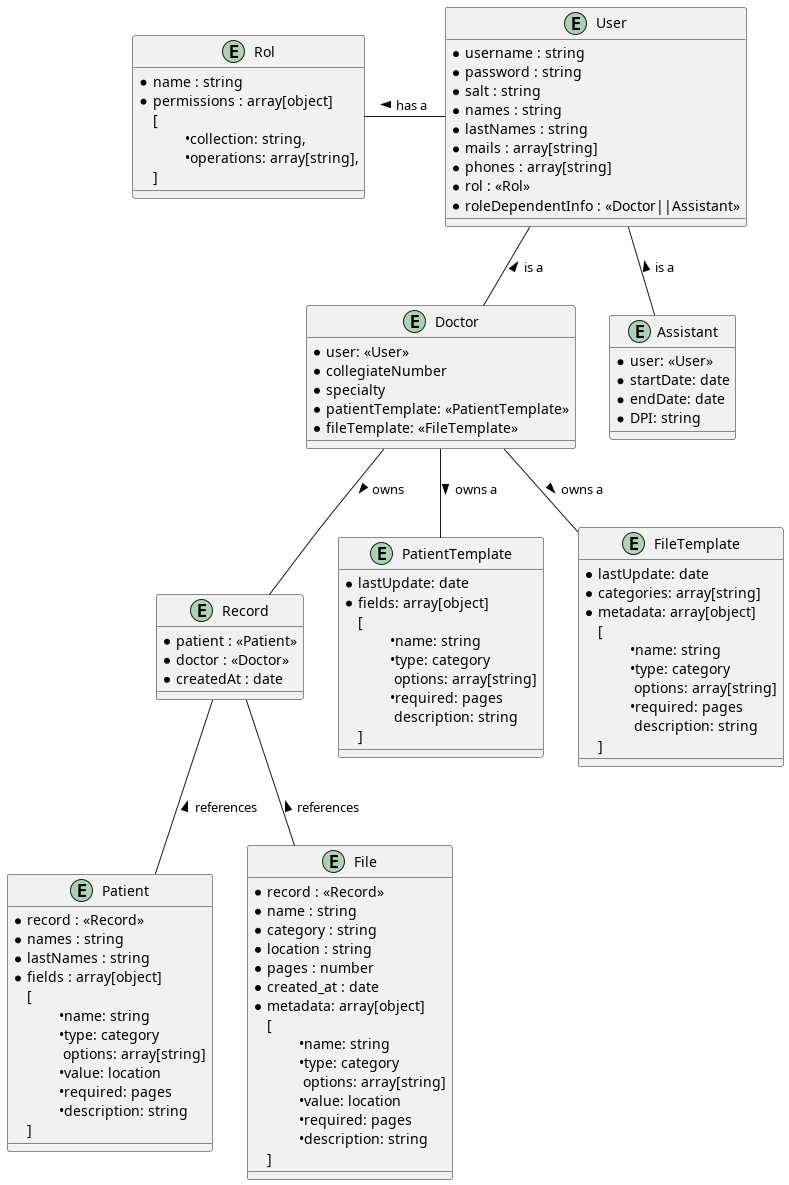
Above: Database/DB_Diagram.png in TherapistTrack/therapistTrackApp (PlantUML), before the change. The source it was exported from:
```plantuml
@startuml entity

entity Rol {
    * name : string
    * permissions : array[object]
    [
        \t•collection: string,
        \t•operations: array[string],
    ]
}

entity User {
    * username : string
    * password : string
    * salt : string
    * names : string
    * lastNames : string
    * mails : array[string]
    * phones : array[string]
    * rol : <<Rol>>
    * roleDependentInfo : <<Doctor||Assistant>>
}

entity Doctor {
    * user: <<User>>
    * collegiateNumber
    * specialty
    * patientTemplate: <<PatientTemplate>>
    * fileTemplate: <<FileTemplate>>
}

entity Assistant {
    * user: <<User>>
    * startDate: date
    * endDate: date
    * DPI: string
}

entity Record {
    * patient : <<Patient>>
    * doctor : <<Doctor>>
    * createdAt : date
}

entity PatientTemplate {
    * lastUpdate: date
    * fields: array[object]
    [
        \t•name: string
        \t•type: category
        \t options: array[string]
        \t•required: pages
        \t description: string
    ]
}

entity Patient {
    * record : <<Record>>
    * names : string
    * lastNames : string
    * fields : array[object]
    [
        \t•name: string
        \t•type: category
        \t options: array[string]
        \t•value: location
        \t•required: pages
        \t•description: string
    ]

}

entity FileTemplate {
    * lastUpdate: date
    * categories: array[string]
    * metadata: array[object]
    [
        \t•name: string
        \t•type: category
        \t options: array[string]
        \t•required: pages
        \t description: string
    ]
}

entity File {
    * record : <<Record>>
    * name : string
    * category : string
    * location : string
    * pages : number
    * created_at : date
    * metadata: array[object]
    [
        \t•name: string
        \t•type: category
        \t options: array[string]
        \t•value: location
        \t•required: pages
        \t•description: string
    ]
}

User -l- Rol : > has a
User -d- Doctor : < is a
User -d- Assistant : < is a

Record -u- Doctor : < owns
Record -- File  : < references
Record -- Patient : < references

Doctor -- FileTemplate : > owns a
Doctor -- PatientTemplate : > owns a

@enduml
```
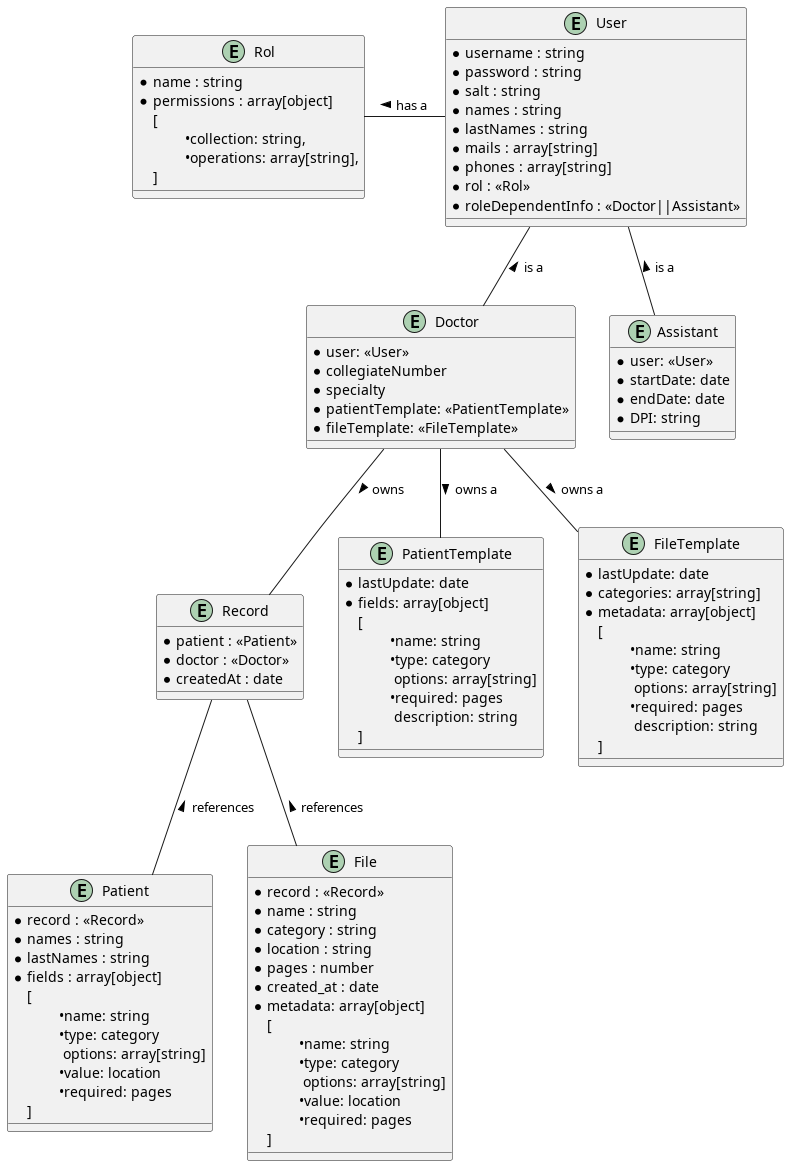
After the commit.

Commit message:
fix: database removing unnecesary 'description' field from Patient and File

Diff of the diagram source:
```diff
@@ -65,7 +65,6 @@
         \t options: array[string]
         \t•value: location
         \t•required: pages
-        \t•description: string
     ]
 
 }
@@ -97,7 +96,6 @@
         \t options: array[string]
         \t•value: location
         \t•required: pages
-        \t•description: string
     ]
 }
 
```
